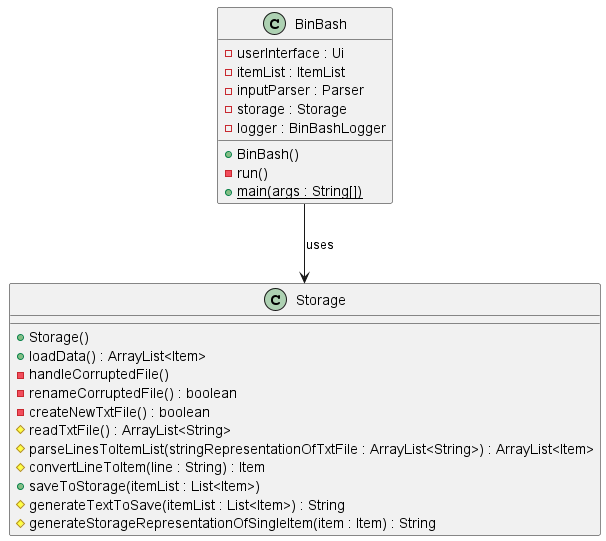
AY2324S2-CS2113T-T09-2/tp keeps this PlantUML diagram as docs/images/StorageClassDiagram.png. Above is the earlier version.
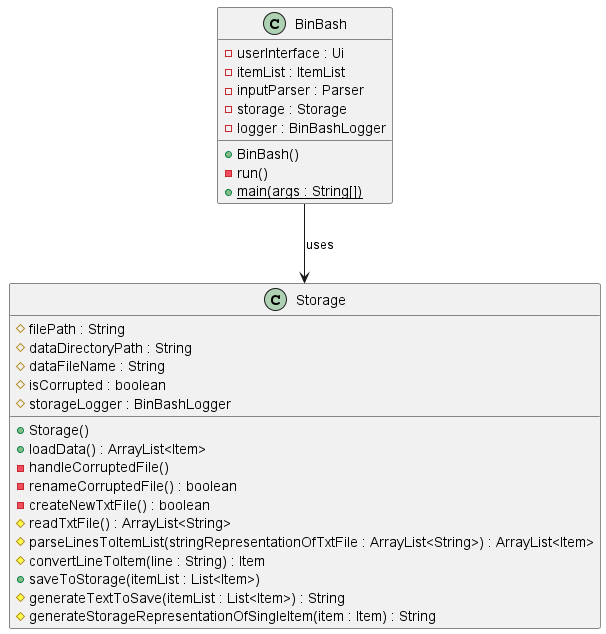
The same file after the commit.

Commit message:
Reupload StorageClassDiagram image

Change to the diagram source:
```diff
@@ -15,6 +15,12 @@
 
 class Storage {
 
+    # filePath : String
+    # dataDirectoryPath : String
+    # dataFileName : String
+    # isCorrupted : boolean
+    # storageLogger : BinBashLogger
+
     + {method} Storage()
     + {method} loadData() : ArrayList<Item>
     - {method} handleCorruptedFile()
@@ -26,6 +32,7 @@
     + {method} saveToStorage(itemList : List<Item>)
     # {method} generateTextToSave(itemList : List<Item>) : String
     # {method} generateStorageRepresentationOfSingleItem(item : Item) : String
+
 }
 
 BinBash --> Storage : uses
```
